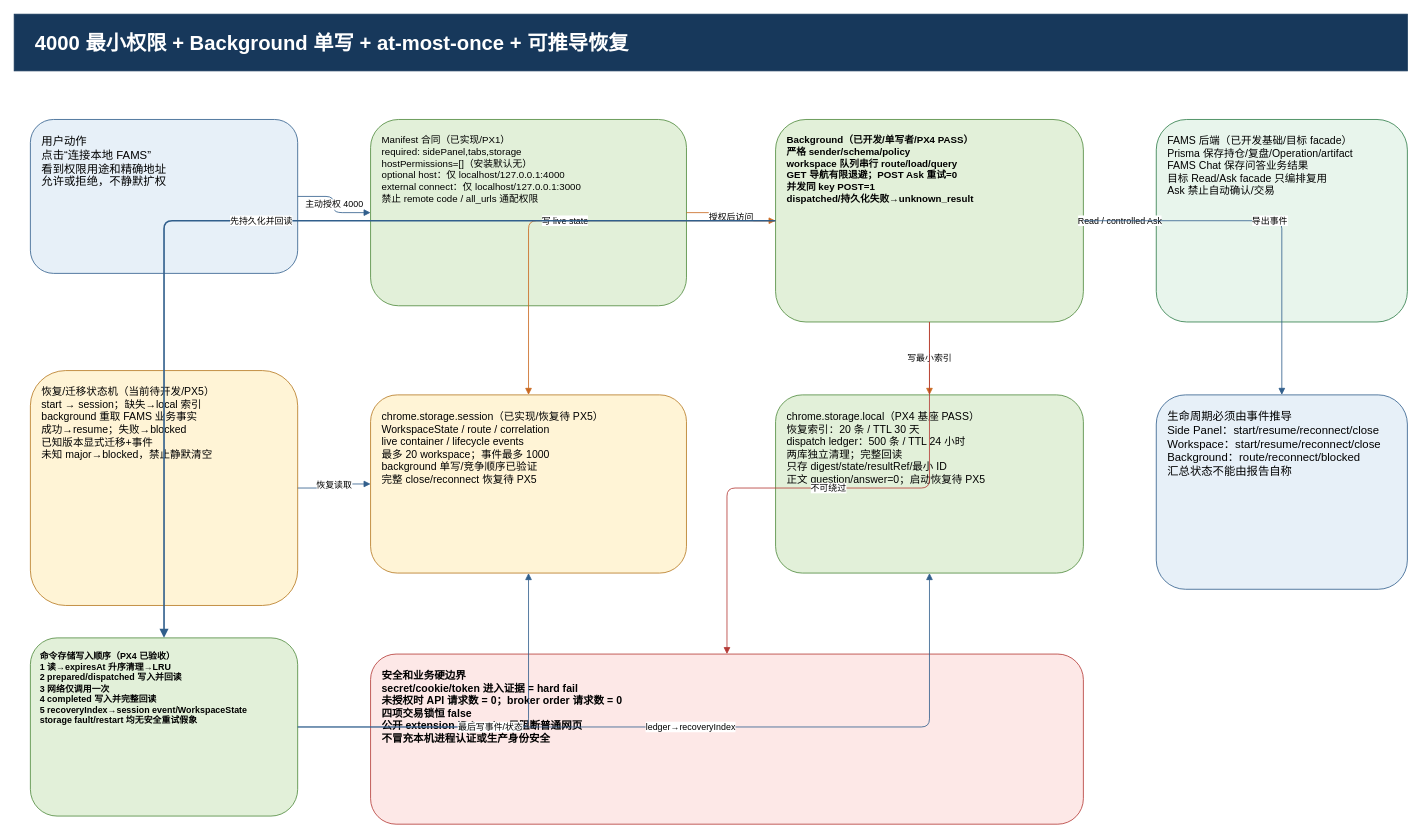
Above: page "5 权限状态数据与恢复边界" (5 of 8) of docs/v2-px-target-architecture-gap.drawio in ljx418/FAMS (draw.io), before the change. Source tidied: cells renumbered, new cells numbered last; positions are measured from the earlier drawing's top-left corner, leaving out a move shared by most shapes. Both pictures are drawn from the tidied source at 81%, with x=0, y=0 at pixel (14, 14).
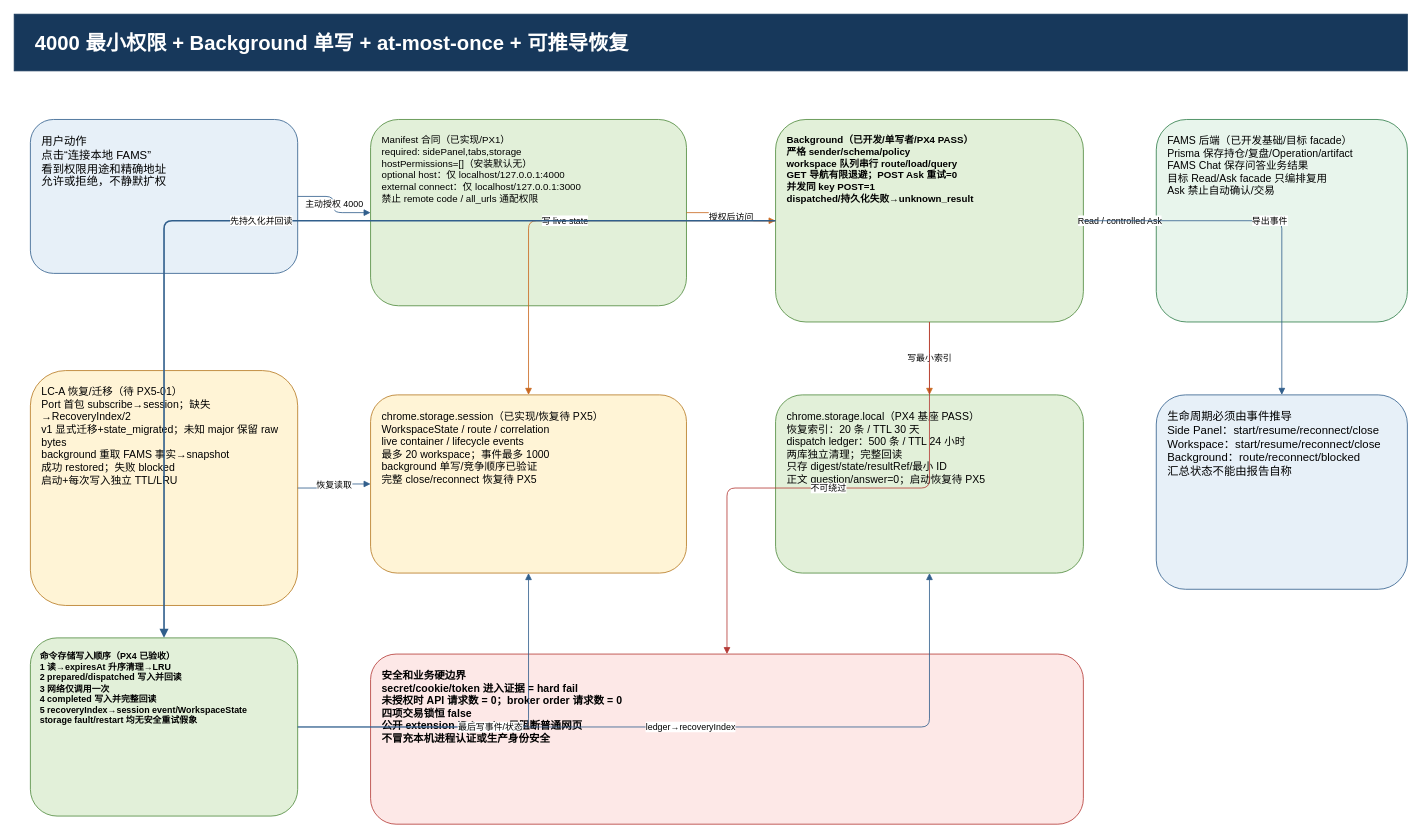
The same diagram, later.

What changed in the source:
```diff
@@
-    <mxCell id="9" value="恢复/迁移状态机（当前待开发/PX5）&#10;start → session；缺失→local 索引&#10;background 重取 FAMS 业务事实&#10;成功→resume；失败→blocked&#10;已知版本显式迁移+事件&#10;未知 major→blocked，禁止静默清空" style="rounded=1;whiteSpace=wrap;html=1;fontFamily=Microsoft YaHei;fontSize=13;align=left;verticalAlign=top;fillColor=#fff4d6;strokeColor=#b7791f;spacing=14;" parent="1" vertex="1">
+    <mxCell id="9" value="LC-A 恢复/迁移（待 PX5-01）&#10;Port 首包 subscribe→session；缺失→RecoveryIndex/2&#10;v1 显式迁移+state_migrated；未知 major 保留 raw bytes&#10;background 重取 FAMS 事实→snapshot&#10;成功 restored；失败 blocked&#10;启动+每次写入独立 TTL/LRU" style="rounded=1;whiteSpace=wrap;html=1;fontFamily=Microsoft YaHei;fontSize=13;align=left;verticalAlign=top;fillColor=#fff4d6;strokeColor=#b7791f;spacing=14;" parent="1" vertex="1">
       <mxGeometry x="20" y="440" width="330" height="290" as="geometry" />
     </mxCell>
```
